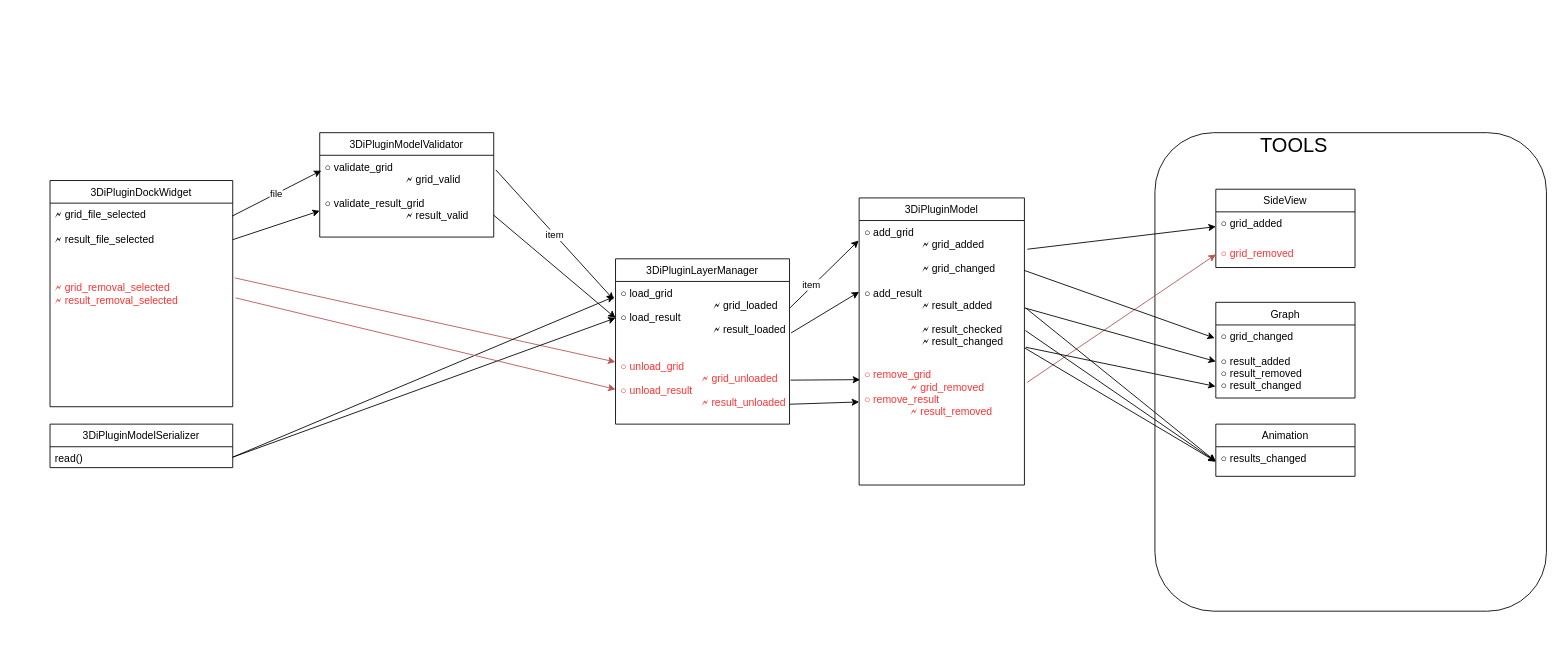
nens/threedi-results-analysis keeps this draw.io diagram as doc/signals-slots.drawio. Above is the earlier version. Source tidied: cells renumbered, new cells numbered last; positions are measured from the earlier drawing's top-left corner, leaving out a move shared by most shapes. Both pictures are drawn from the tidied source at 87%, with x=0, y=0 at pixel (50, 132).
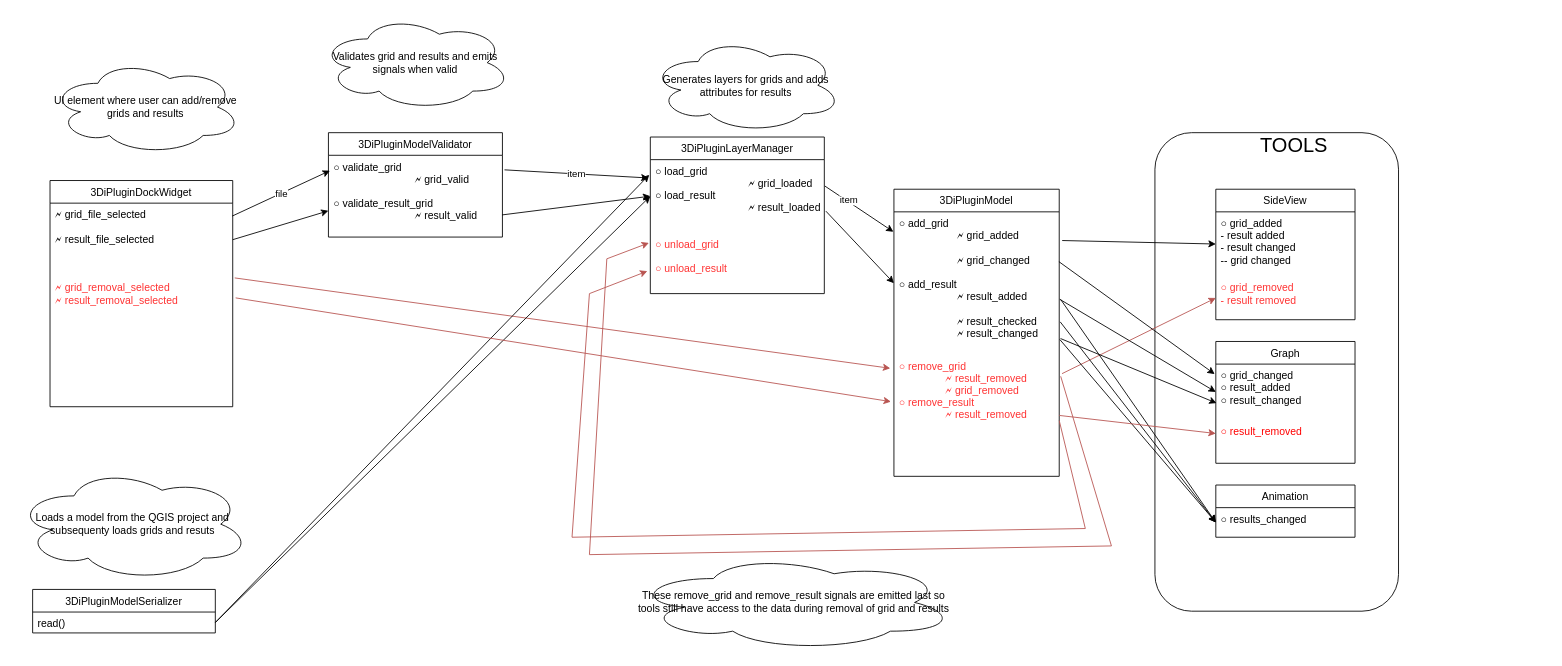
Above is the later version.

Commit message (it also covers changes not shown here):
Results analysis: Updated flow of deletion signals

Unchanged cells that the change refers to:
```xml
<mxCell id="5" value="🗲 grid_removal_selected&#10;🗲 result_removal_selected" style="text;strokeColor=none;fillColor=none;align=left;verticalAlign=top;spacingLeft=4;spacingRight=4;overflow=hidden;points=[[0,0.5],[1,0.5]];portConstraint=eastwest;fontColor=#FF3333;" parent="3" vertex="1">
  <mxGeometry y="110" width="210" height="150" as="geometry" />
</mxCell>
<mxCell id="7" value="○ add_grid&#10;                    🗲 grid_added&#10;&#10;                    🗲 grid_changed&#10;&#10;○ add_result&#10;                    🗲 result_added&#10;&#10;                    🗲 result_checked&#10;                    🗲 result_changed&#10;" style="text;strokeColor=none;fillColor=none;align=left;verticalAlign=top;spacingLeft=4;spacingRight=4;overflow=hidden;points=[[0,0.5],[1,0.5]];portConstraint=eastwest;" parent="6" vertex="1">
  <mxGeometry y="26" width="190" height="164" as="geometry" />
</mxCell>
```

Change to the diagram source:
```diff
@@
     <mxCell id="2" style="rounded=1;whiteSpace=wrap;html=1;" parent="1" vertex="1">
-      <mxGeometry x="1270" width="450" height="550" as="geometry" />
+      <mxGeometry x="1270" width="280" height="550" as="geometry" />
     </mxCell>
@@
     <mxCell id="6" value="3DiPluginModel" style="swimlane;fontStyle=0;horizontal=1;startSize=26;fillColor=none;" parent="1" vertex="1">
-      <mxGeometry x="930" y="75" width="190" height="330" as="geometry" />
+      <mxGeometry x="970" y="65" width="190" height="330" as="geometry" />
     </mxCell>
@@
-    <mxCell id="8" value="○ remove_grid&#10;                🗲 grid_removed&#10;○ remove_result&#10;                🗲 result_removed" style="text;strokeColor=none;fillColor=none;align=left;verticalAlign=top;spacingLeft=4;spacingRight=4;overflow=hidden;points=[[0,0.5],[1,0.5]];portConstraint=eastwest;fontColor=#FF3333;" parent="6" vertex="1">
+    <mxCell id="8" value="○ remove_grid&#10;                🗲 result_removed&#10;                🗲 grid_removed&#10;○ remove_result&#10;                🗲 result_removed" style="text;strokeColor=none;fillColor=none;align=left;verticalAlign=top;spacingLeft=4;spacingRight=4;overflow=hidden;points=[[0,0.5],[1,0.5]];portConstraint=eastwest;fontColor=#FF3333;" parent="6" vertex="1">
       <mxGeometry y="190" width="190" height="140" as="geometry" />
     </mxCell>
     <mxCell id="9" value="3DiPluginLayerManager" style="swimlane;fontStyle=0;horizontal=1;startSize=26;fillColor=none;" parent="1" vertex="1">
-      <mxGeometry x="650" y="145" width="200" height="190" as="geometry" />
+      <mxGeometry x="690" y="5" width="200" height="180" as="geometry" />
     </mxCell>
@@
-    <mxCell id="11" value="○ unload_grid&#10;                            🗲 grid_unloaded&#10;○ unload_result&#10;                            🗲 result_unloaded" style="text;strokeColor=none;fillColor=none;align=left;verticalAlign=top;spacingLeft=4;spacingRight=4;overflow=hidden;points=[[0,0.5],[1,0.5]];portConstraint=eastwest;fontColor=#FF3333;" parent="9" vertex="1">
-      <mxGeometry y="110" width="200" height="80" as="geometry" />
+    <mxCell id="11" value="○ unload_grid&#10;                            &#10;○ unload_result&#10;                            " style="text;strokeColor=none;fillColor=none;align=left;verticalAlign=top;spacingLeft=4;spacingRight=4;overflow=hidden;points=[[0,0.5],[1,0.5]];portConstraint=eastwest;fontColor=#FF3333;" parent="9" vertex="1">
+      <mxGeometry y="110" width="200" height="70" as="geometry" />
     </mxCell>
     <mxCell id="12" value="3DiPluginModelValidator" style="swimlane;fontStyle=0;horizontal=1;startSize=26;fillColor=none;" parent="1" vertex="1">
-      <mxGeometry x="310" width="200" height="120" as="geometry" />
+      <mxGeometry x="320" width="200" height="120" as="geometry" />
     </mxCell>
@@
     <mxCell id="18" value="SideView" style="swimlane;fontStyle=0;horizontal=1;startSize=26;fillColor=none;" parent="1" vertex="1">
-      <mxGeometry x="1340" y="65" width="160" height="90" as="geometry" />
+      <mxGeometry x="1340" y="65" width="160" height="150" as="geometry" />
     </mxCell>
-    <mxCell id="19" value="○ grid_added&#10;                    " style="text;strokeColor=none;fillColor=none;align=left;verticalAlign=top;spacingLeft=4;spacingRight=4;overflow=hidden;points=[[0,0.5],[1,0.5]];portConstraint=eastwest;" parent="18" vertex="1">
-      <mxGeometry y="26" width="160" height="34" as="geometry" />
+    <mxCell id="19" value="○ grid_added&#10;- result added&#10;- result changed&#10;-- grid changed&#10;                    " style="text;strokeColor=none;fillColor=none;align=left;verticalAlign=top;spacingLeft=4;spacingRight=4;overflow=hidden;points=[[0,0.5],[1,0.5]];portConstraint=eastwest;" parent="18" vertex="1">
+      <mxGeometry y="26" width="160" height="74" as="geometry" />
     </mxCell>
-    <mxCell id="20" value="○ grid_removed&#10;                " style="text;strokeColor=none;fillColor=none;align=left;verticalAlign=top;spacingLeft=4;spacingRight=4;overflow=hidden;points=[[0,0.5],[1,0.5]];portConstraint=eastwest;fontColor=#FF3333;" parent="18" vertex="1">
-      <mxGeometry y="60" width="160" height="30" as="geometry" />
+    <mxCell id="20" value="○ grid_removed&#10;- result removed" style="text;strokeColor=none;fillColor=none;align=left;verticalAlign=top;spacingLeft=4;spacingRight=4;overflow=hidden;points=[[0,0.5],[1,0.5]];portConstraint=eastwest;fontColor=#FF3333;" parent="18" vertex="1">
+      <mxGeometry y="100" width="160" height="50" as="geometry" />
     </mxCell>
@@
     <mxCell id="24" value="Graph" style="swimlane;fontStyle=0;horizontal=1;startSize=26;fillColor=none;" parent="1" vertex="1">
-      <mxGeometry x="1340" y="195" width="160" height="110" as="geometry" />
+      <mxGeometry x="1340" y="240" width="160" height="140" as="geometry" />
     </mxCell>
-    <mxCell id="25" value="○ grid_changed&#10;&#10;○ result_added&#10;○ result_removed&#10;○ result_changed&#10;&#10;                    " style="text;strokeColor=none;fillColor=none;align=left;verticalAlign=top;spacingLeft=4;spacingRight=4;overflow=hidden;points=[[0,0.5],[1,0.5]];portConstraint=eastwest;" parent="24" vertex="1">
-      <mxGeometry y="26" width="160" height="84" as="geometry" />
+    <mxCell id="25" value="○ grid_changed&#10;○ result_added&#10;○ result_changed&#10;&#10;                  " style="text;strokeColor=none;fillColor=none;align=left;verticalAlign=top;spacingLeft=4;spacingRight=4;overflow=hidden;points=[[0,0.5],[1,0.5]];portConstraint=eastwest;" parent="24" vertex="1">
+      <mxGeometry y="26" width="160" height="64" as="geometry" />
     </mxCell>
+    <mxCell id="45" value="○ result_removed" style="text;strokeColor=none;fillColor=none;align=left;verticalAlign=top;spacingLeft=4;spacingRight=4;overflow=hidden;points=[[0,0.5],[1,0.5]];portConstraint=eastwest;fontColor=#FF0000;" parent="24" vertex="1">
+      <mxGeometry y="90" width="160" height="50" as="geometry" />
+    </mxCell>
@@
-    <mxCell id="27" style="endArrow=classic;html=1;rounded=0;fontSize=23;exitX=1.011;exitY=0.013;exitDx=0;exitDy=0;entryX=-0.001;entryY=0.107;entryDx=0;entryDy=0;entryPerimeter=0;fillColor=#f8cecc;strokeColor=#b85450;exitPerimeter=0;fontStyle=1;" parent="1" edge="1" source="5" target="11">
+    <mxCell id="27" style="endArrow=classic;html=1;rounded=0;fontSize=23;exitX=1.011;exitY=0.013;exitDx=0;exitDy=0;entryX=-0.022;entryY=0.113;entryDx=0;entryDy=0;entryPerimeter=0;fillColor=#f8cecc;strokeColor=#b85450;exitPerimeter=0;fontStyle=1;" parent="1" edge="1" source="5" target="8">
       <mxGeometry relative="1" as="geometry" />
     </mxCell>
     <mxCell id="28" value="3DiPluginModelSerializer" style="swimlane;fontStyle=0;horizontal=1;startSize=26;fillColor=none;" parent="1" vertex="1">
-      <mxGeometry y="335" width="210" height="50" as="geometry" />
+      <mxGeometry x="-20" y="525" width="210" height="50" as="geometry" />
     </mxCell>
@@
     <mxCell id="35" value="Animation" style="swimlane;fontStyle=0;horizontal=1;startSize=26;fillColor=none;" parent="1" vertex="1">
-      <mxGeometry x="1340" y="335" width="160" height="60" as="geometry" />
+      <mxGeometry x="1340" y="405" width="160" height="60" as="geometry" />
     </mxCell>
@@
-    <mxCell id="37" style="endArrow=classic;html=1;rounded=0;fontSize=21;exitX=1.008;exitY=0.888;exitDx=0;exitDy=0;exitPerimeter=0;entryX=-0.002;entryY=0.841;entryDx=0;entryDy=0;entryPerimeter=0;" parent="1" edge="1" source="7" target="25">
+    <mxCell id="37" style="endArrow=classic;html=1;rounded=0;fontSize=21;exitX=1.008;exitY=0.888;exitDx=0;exitDy=0;exitPerimeter=0;entryX=0.005;entryY=0.701;entryDx=0;entryDy=0;entryPerimeter=0;" parent="1" edge="1" source="7" target="25">
       <mxGeometry relative="1" as="geometry" />
     </mxCell>
@@
-    <mxCell id="42" style="endArrow=classic;html=1;rounded=0;fontSize=21;exitX=1.016;exitY=0.166;exitDx=0;exitDy=0;exitPerimeter=0;entryX=0;entryY=0.5;entryDx=0;entryDy=0;fillColor=#f8cecc;strokeColor=#b85450;" parent="1" edge="1" source="5" target="11">
+    <mxCell id="42" style="endArrow=classic;html=1;rounded=0;fontSize=21;exitX=1.016;exitY=0.166;exitDx=0;exitDy=0;exitPerimeter=0;fillColor=#f8cecc;strokeColor=#b85450;entryX=-0.018;entryY=0.387;entryDx=0;entryDy=0;entryPerimeter=0;" parent="1" edge="1" source="5" target="8">
       <mxGeometry relative="1" as="geometry" />
     </mxCell>
-    <mxCell id="43" style="endArrow=classic;html=1;rounded=0;fontSize=21;exitX=1.006;exitY=0.368;exitDx=0;exitDy=0;exitPerimeter=0;entryX=0.006;entryY=0.135;entryDx=0;entryDy=0;entryPerimeter=0;" parent="1" edge="1" source="11" target="8">
-      <mxGeometry relative="1" as="geometry" />
-    </mxCell>
-    <mxCell id="44" style="endArrow=classic;html=1;rounded=0;fontSize=21;exitX=1.003;exitY=0.714;exitDx=0;exitDy=0;exitPerimeter=0;entryX=0;entryY=0.318;entryDx=0;entryDy=0;entryPerimeter=0;" parent="1" edge="1" source="11" target="8">
-      <mxGeometry relative="1" as="geometry" />
-    </mxCell>
+    <mxCell id="46" value="Generates layers for grids and adds attributes for results" style="ellipse;shape=cloud;whiteSpace=wrap;html=1;" parent="1" vertex="1">
+      <mxGeometry x="690" y="-109" width="220" height="109" as="geometry" />
+    </mxCell>
+    <mxCell id="47" value="Validates grid and results and emits signals when valid" style="ellipse;shape=cloud;whiteSpace=wrap;html=1;" parent="1" vertex="1">
+      <mxGeometry x="310" y="-135" width="220" height="109" as="geometry" />
+    </mxCell>
+    <mxCell id="48" value="UI element where user can add/remove grids and results" style="ellipse;shape=cloud;whiteSpace=wrap;html=1;" parent="1" vertex="1">
+      <mxGeometry y="-84" width="220" height="109" as="geometry" />
+    </mxCell>
+    <mxCell id="49" value="Loads a model from the QGIS project and subsequenty loads grids and resuts" style="ellipse;shape=cloud;whiteSpace=wrap;html=1;" parent="1" vertex="1">
+      <mxGeometry x="-40" y="385" width="270" height="130" as="geometry" />
+    </mxCell>
+    <mxCell id="50" style="endArrow=classic;html=1;rounded=0;fontSize=23;exitX=1;exitY=0.5;exitDx=0;exitDy=0;fillColor=#f8cecc;strokeColor=#b85450;" parent="1" edge="1" source="8" target="45">
+      <mxGeometry relative="1" as="geometry" />
+    </mxCell>
+    <mxCell id="51" style="endArrow=classic;html=1;rounded=0;exitX=1.009;exitY=0.179;exitDx=0;exitDy=0;exitPerimeter=0;entryX=-0.008;entryY=0.167;entryDx=0;entryDy=0;entryPerimeter=0;fillColor=#f8cecc;strokeColor=#b85450;" parent="1" edge="1" source="8" target="11">
+      <mxGeometry relative="1" as="geometry">
+        <Array as="points">
+          <mxPoint x="1220" y="475" />
+          <mxPoint x="620" y="485" />
+          <mxPoint x="640" y="145" />
+        </Array>
+      </mxGeometry>
+    </mxCell>
+    <mxCell id="52" style="endArrow=classic;html=1;rounded=0;exitX=1;exitY=0.542;exitDx=0;exitDy=0;exitPerimeter=0;entryX=-0.017;entryY=0.631;entryDx=0;entryDy=0;entryPerimeter=0;fillColor=#f8cecc;strokeColor=#b85450;" parent="1" edge="1" source="8" target="11">
+      <mxGeometry relative="1" as="geometry">
+        <Array as="points">
+          <mxPoint x="1190" y="455" />
+          <mxPoint x="600" y="465" />
+          <mxPoint x="620" y="185" />
+        </Array>
+      </mxGeometry>
+    </mxCell>
+    <mxCell id="53" value="These remove_grid and remove_result signals are emitted last so tools still have access to the data during removal of grid and results" style="ellipse;shape=cloud;whiteSpace=wrap;html=1;" parent="1" vertex="1">
+      <mxGeometry x="670" y="485" width="370" height="110" as="geometry" />
+    </mxCell>
```
